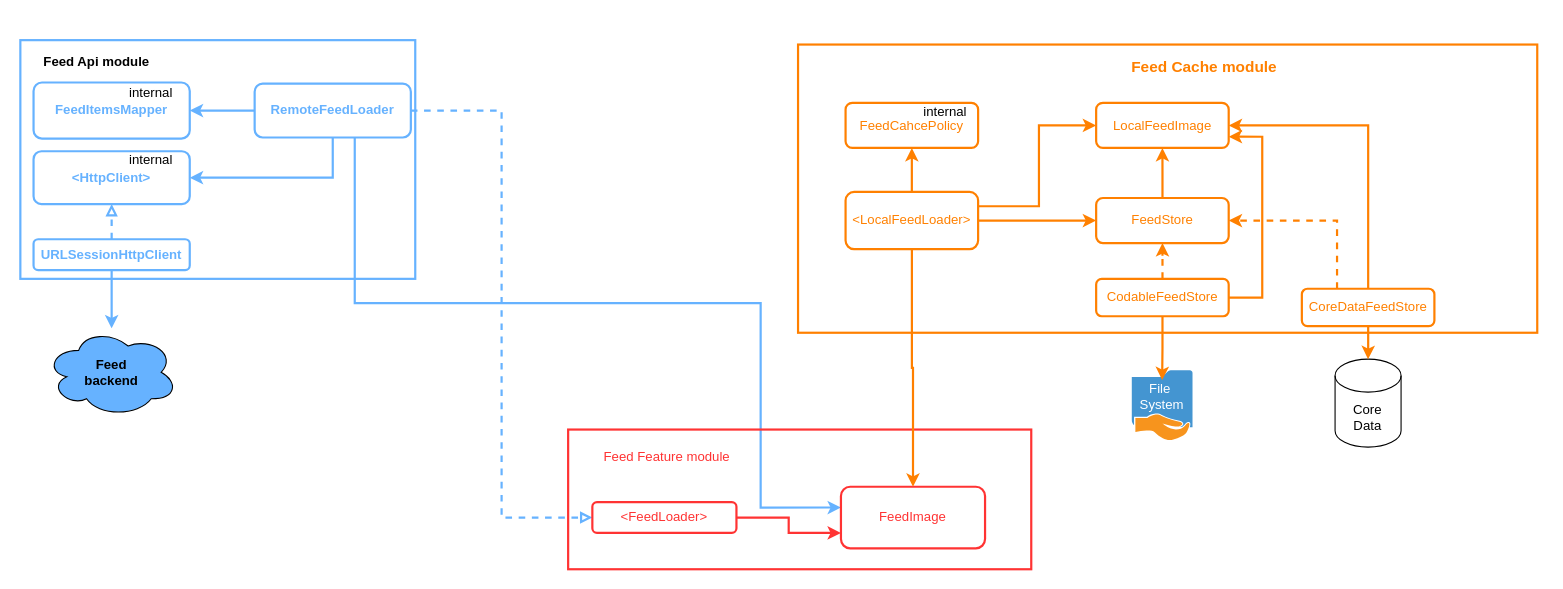
Earlier version of the draw.io diagram FeedAppDiagram.drawio (ispiryan/FeedApp). Source tidied: cells renumbered, new cells numbered last; positions are measured from the earlier drawing's top-left corner, leaving out a move shared by most shapes. Both pictures are drawn from the tidied source at 110%, with x=0, y=0 at pixel (20, 40).
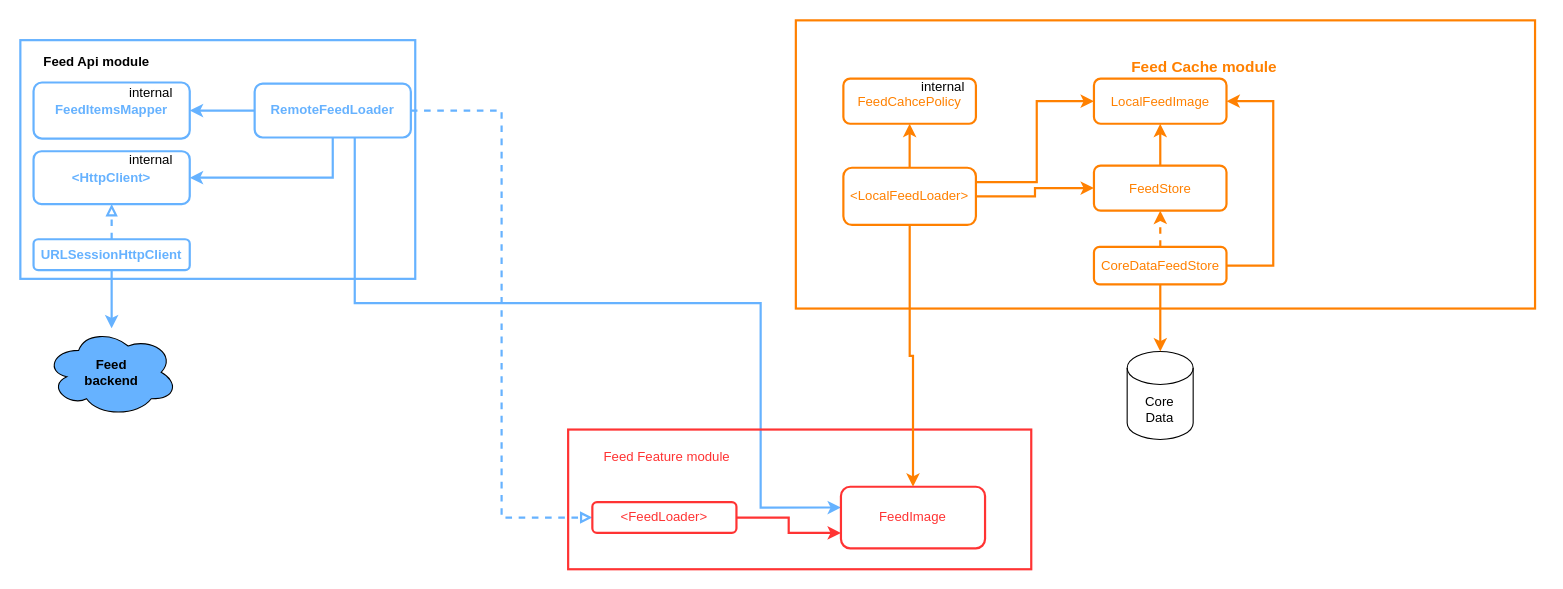
The same page after the edit.

Unchanged cells that the change refers to:
```xml
<mxCell id="22" style="group;" parent="21" vertex="1">
  <mxGeometry x="10" y="5" width="686" height="216" as="geometry" />
</mxCell>
<mxCell id="30" value="LocalFeedImage" style="rounded=1;whiteSpace=wrap;html=1;strokeColor=#FF8000;strokeWidth=2;fontColor=#FF8000;fillColor=none;" parent="22" vertex="1">
  <mxGeometry x="278" y="7" width="120.5" height="41" as="geometry" />
</mxCell>
```

What changed in the source:
```diff
@@
     <mxCell id="21" style="group;" parent="1" vertex="1">
-      <mxGeometry x="690" y="45" width="696" height="221" as="geometry" />
+      <mxGeometry x="688" y="23" width="696" height="221" as="geometry" />
     </mxCell>
@@
     <mxCell id="29" value="FeedStore" style="rounded=1;whiteSpace=wrap;html=1;strokeColor=#FF8000;strokeWidth=2;fontColor=#FF8000;fillColor=none;" parent="22" vertex="1">
-      <mxGeometry x="278" y="93.5" width="120.5" height="41" as="geometry" />
+      <mxGeometry x="278" y="86" width="120.5" height="41" as="geometry" />
     </mxCell>
@@
-    <mxCell id="33" style="edgeStyle=orthogonalEdgeStyle;rounded=0;jettySize=auto;html=1;entryX=1;entryY=0.75;entryDx=0;entryDy=0;strokeWidth=2;strokeColor=#FF8000;exitX=1;exitY=0.5;exitDx=0;exitDy=0;" parent="22" edge="1" source="35" target="30">
-      <mxGeometry relative="1" as="geometry">
-        <Array as="points">
-          <mxPoint x="429" y="184" />
-          <mxPoint x="429" y="38" />
-        </Array>
-      </mxGeometry>
-    </mxCell>
-    <mxCell id="34" style="edgeStyle=orthogonalEdgeStyle;rounded=0;jettySize=auto;html=1;strokeColor=#FF8000;strokeWidth=2;dashed=1;" parent="22" edge="1" source="35" target="29">
-      <mxGeometry relative="1" as="geometry" />
-    </mxCell>
-    <mxCell id="35" value="CodableFeedStore" style="rounded=1;whiteSpace=wrap;html=1;strokeColor=#FF8000;strokeWidth=2;fontColor=#FF8000;fillColor=none;" parent="22" vertex="1">
-      <mxGeometry x="278" y="167" width="120.5" height="34" as="geometry" />
-    </mxCell>
     <mxCell id="36" style="edgeStyle=orthogonalEdgeStyle;rounded=0;jettySize=auto;html=1;entryX=1;entryY=0.5;entryDx=0;entryDy=0;strokeColor=#FF8000;strokeWidth=2;" parent="22" edge="1" source="38" target="30">
       <mxGeometry relative="1" as="geometry">
         <Array as="points">
-          <mxPoint x="525" y="27" />
+          <mxPoint x="441" y="177" />
+          <mxPoint x="441" y="28" />
         </Array>
       </mxGeometry>
     </mxCell>
-    <mxCell id="37" style="edgeStyle=orthogonalEdgeStyle;rounded=0;jettySize=auto;html=1;entryX=1;entryY=0.5;entryDx=0;entryDy=0;strokeColor=#FF8000;strokeWidth=2;dashed=1;" parent="22" edge="1" source="38" target="29">
-      <mxGeometry relative="1" as="geometry">
-        <Array as="points">
-          <mxPoint x="497" y="114" />
-        </Array>
-      </mxGeometry>
+    <mxCell id="37" style="edgeStyle=orthogonalEdgeStyle;rounded=0;jettySize=auto;html=1;entryX=0.5;entryY=1;entryDx=0;entryDy=0;strokeWidth=2;fillColor=#ffe6cc;strokeColor=#FF8000;dashed=1;" parent="22" edge="1" source="38" target="29">
+      <mxGeometry relative="1" as="geometry" />
     </mxCell>
     <mxCell id="38" value="CoreDataFeedStore" style="rounded=1;whiteSpace=wrap;html=1;strokeColor=#FF8000;strokeWidth=2;fontColor=#FF8000;fillColor=none;" parent="22" vertex="1">
-      <mxGeometry x="465" y="176" width="120.5" height="34" as="geometry" />
+      <mxGeometry x="278" y="160" width="120.5" height="34" as="geometry" />
     </mxCell>
@@
-    <mxCell id="43" style="group;" parent="1" vertex="1">
-      <mxGeometry x="1008" y="300" width="60" height="64" as="geometry" />
-    </mxCell>
-    <mxCell id="44" style="shadow=0;dashed=0;html=1;strokeColor=none;fillColor=#4495D1;labelPosition=center;verticalLabelPosition=bottom;verticalAlign=top;align=center;shape=mxgraph.veeam.shared_folder;" parent="43" vertex="1">
-      <mxGeometry x="2.4" width="55.2" height="64" as="geometry" />
-    </mxCell>
-    <mxCell id="45" value="File&amp;nbsp;&lt;br&gt;System" style="text;html=1;strokeColor=none;fillColor=none;align=center;verticalAlign=middle;whiteSpace=wrap;rounded=0;fontColor=#FFFFFF;" parent="43" vertex="1">
-      <mxGeometry y="9" width="60" height="30" as="geometry" />
-    </mxCell>
-    <mxCell id="46" style="edgeStyle=orthogonalEdgeStyle;rounded=0;jettySize=auto;html=1;strokeColor=#FF8000;strokeWidth=2;fontColor=#FFFFFF;" parent="1" edge="1" source="35" target="45">
-      <mxGeometry relative="1" as="geometry" />
-    </mxCell>
     <mxCell id="47" value="Core&lt;br&gt;Data" style="shape=cylinder3;whiteSpace=wrap;html=1;boundedLbl=1;backgroundOutline=1;size=15;" parent="1" vertex="1">
-      <mxGeometry x="1195.2" y="290" width="60" height="80" as="geometry" />
+      <mxGeometry x="1006.2" y="283" width="60" height="80" as="geometry" />
     </mxCell>
     <mxCell id="48" style="edgeStyle=orthogonalEdgeStyle;rounded=0;jettySize=auto;html=1;strokeColor=#FF8000;strokeWidth=2;" parent="1" edge="1" source="38" target="47">
-      <mxGeometry relative="1" as="geometry" />
+      <mxGeometry relative="1" as="geometry">
+        <Array as="points">
+          <mxPoint x="1036" y="269" />
+          <mxPoint x="1036" y="269" />
+        </Array>
+      </mxGeometry>
     </mxCell>
```
